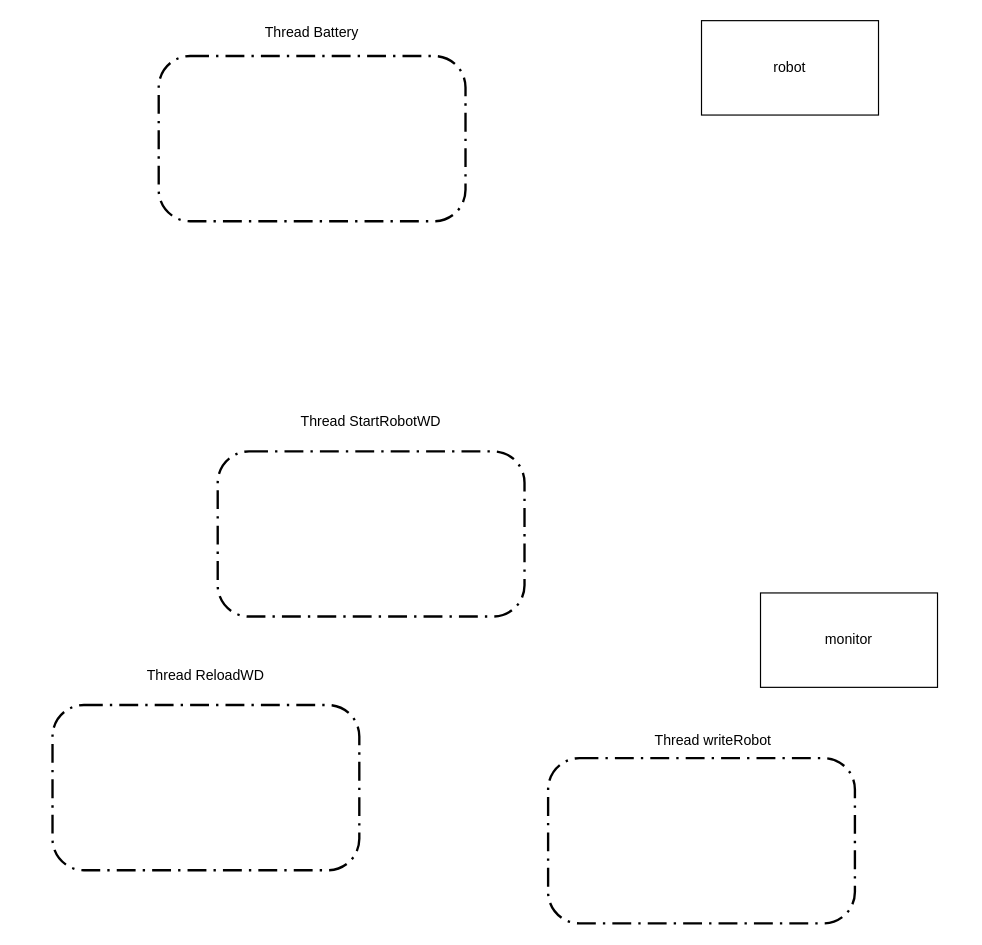
Before: Conception/robotadl.drawio in Rayanem/Temps_reel, a draw.io diagram. Source tidied: cells renumbered, new cells numbered last; positions are measured from the earlier drawing's top-left corner, leaving out a move shared by most shapes. Both pictures are drawn from the tidied source at 118%, with x=0, y=0 at pixel (52, 20).
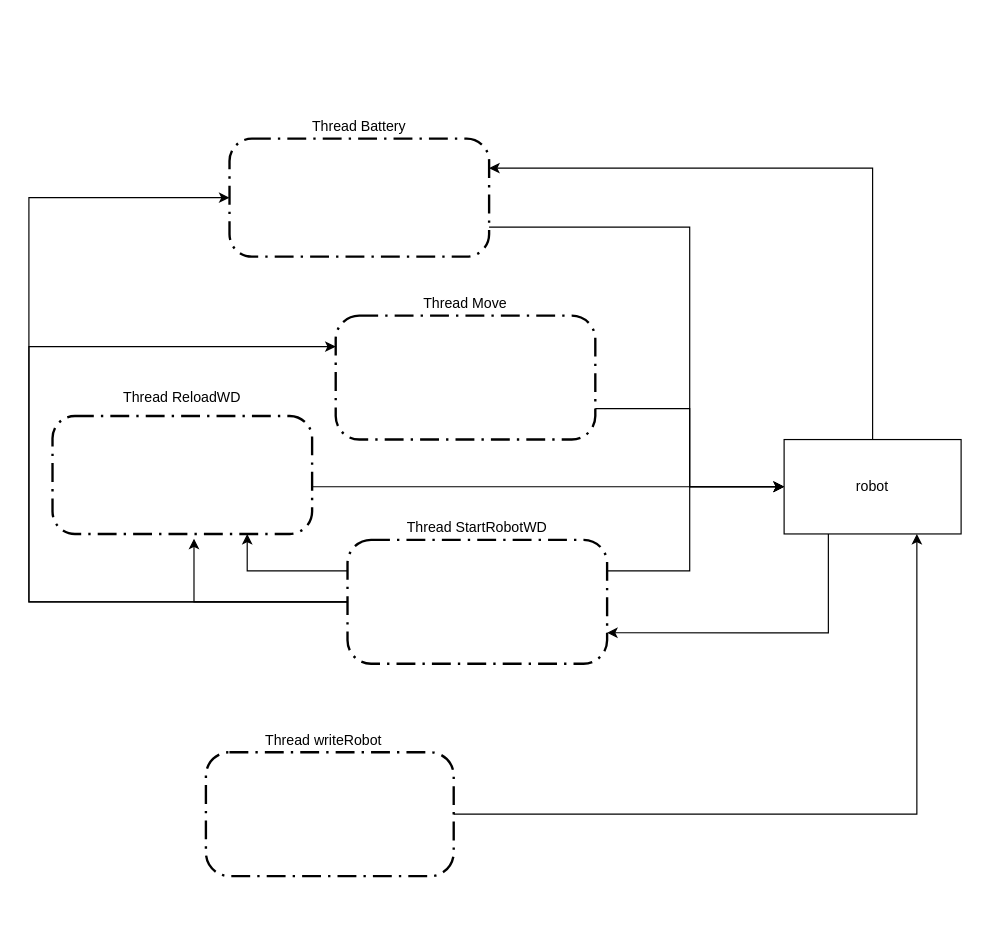
Above is the later version.

Diff of the diagram source:
```diff
@@
-    <mxCell id="2" value="monitor" style="rounded=0;whiteSpace=wrap;html=1;" parent="1" vertex="1">
-      <mxGeometry x="600" y="485" width="150" height="80" as="geometry" />
-    </mxCell>
+    <mxCell id="12" style="edgeStyle=orthogonalEdgeStyle;rounded=0;jettySize=auto;html=1;exitX=0.5;exitY=0;exitDx=0;exitDy=0;entryX=1;entryY=0.25;entryDx=0;entryDy=0;" parent="1" edge="1" source="3" target="4">
+      <mxGeometry relative="1" as="geometry" />
+    </mxCell>
+    <mxCell id="13" style="edgeStyle=orthogonalEdgeStyle;rounded=0;jettySize=auto;html=1;exitX=0.25;exitY=1;exitDx=0;exitDy=0;entryX=1;entryY=0.75;entryDx=0;entryDy=0;" parent="1" edge="1" source="3" target="6">
+      <mxGeometry relative="1" as="geometry" />
+    </mxCell>
     <mxCell id="3" value="robot" style="rounded=0;whiteSpace=wrap;html=1;" parent="1" vertex="1">
-      <mxGeometry x="550" width="150" height="80" as="geometry" />
+      <mxGeometry x="620" y="355" width="150" height="80" as="geometry" />
     </mxCell>
+    <mxCell id="14" style="edgeStyle=orthogonalEdgeStyle;rounded=0;jettySize=auto;html=1;exitX=1;exitY=0.75;exitDx=0;exitDy=0;entryX=0;entryY=0.5;entryDx=0;entryDy=0;" parent="1" edge="1" source="4" target="3">
+      <mxGeometry relative="1" as="geometry">
+        <Array as="points">
+          <mxPoint x="540" y="175" />
+          <mxPoint x="540" y="395" />
+        </Array>
+      </mxGeometry>
+    </mxCell>
     <mxCell id="4" style="rounded=1;arcSize=19;dashed=1;strokeColor=#000000;fillColor=none;gradientColor=none;dashPattern=8 3 1 3;strokeWidth=2;" parent="1" vertex="1">
-      <mxGeometry x="90" y="30" width="260" height="140" as="geometry" />
+      <mxGeometry x="150" y="100" width="220" height="100" as="geometry" />
     </mxCell>
     <mxCell id="5" value="Thread Battery" style="text;html=1;strokeColor=none;fillColor=none;align=center;verticalAlign=middle;whiteSpace=wrap;rounded=0;" parent="1" vertex="1">
-      <mxGeometry x="170" width="100" height="20" as="geometry" />
+      <mxGeometry x="210" y="80" width="100" height="20" as="geometry" />
     </mxCell>
+    <mxCell id="15" style="edgeStyle=orthogonalEdgeStyle;rounded=0;jettySize=auto;html=1;exitX=0;exitY=0.25;exitDx=0;exitDy=0;entryX=0.75;entryY=1;entryDx=0;entryDy=0;" parent="1" edge="1" source="6" target="8">
+      <mxGeometry relative="1" as="geometry" />
+    </mxCell>
+    <mxCell id="16" style="edgeStyle=orthogonalEdgeStyle;rounded=0;jettySize=auto;html=1;exitX=1;exitY=0.25;exitDx=0;exitDy=0;entryX=0;entryY=0.5;entryDx=0;entryDy=0;" parent="1" edge="1" source="6" target="3">
+      <mxGeometry relative="1" as="geometry">
+        <Array as="points">
+          <mxPoint x="540" y="466" />
+          <mxPoint x="540" y="395" />
+        </Array>
+      </mxGeometry>
+    </mxCell>
+    <mxCell id="17" style="edgeStyle=orthogonalEdgeStyle;rounded=0;jettySize=auto;html=1;exitX=0;exitY=0.5;exitDx=0;exitDy=0;entryX=0;entryY=0.25;entryDx=0;entryDy=0;" parent="1" edge="1" source="6" target="23">
+      <mxGeometry relative="1" as="geometry">
+        <Array as="points">
+          <mxPoint x="-20" y="493" />
+          <mxPoint x="-20" y="276" />
+        </Array>
+      </mxGeometry>
+    </mxCell>
+    <mxCell id="18" style="edgeStyle=orthogonalEdgeStyle;rounded=0;jettySize=auto;html=1;exitX=0;exitY=0.5;exitDx=0;exitDy=0;entryX=0;entryY=0.5;entryDx=0;entryDy=0;" parent="1" edge="1" source="6" target="4">
+      <mxGeometry relative="1" as="geometry">
+        <Array as="points">
+          <mxPoint x="-20" y="493" />
+          <mxPoint x="-20" y="150" />
+        </Array>
+      </mxGeometry>
+    </mxCell>
+    <mxCell id="19" style="edgeStyle=orthogonalEdgeStyle;rounded=0;jettySize=auto;html=1;exitX=0;exitY=0.5;exitDx=0;exitDy=0;entryX=0.545;entryY=1.04;entryDx=0;entryDy=0;entryPerimeter=0;" parent="1" edge="1" source="6" target="8">
+      <mxGeometry relative="1" as="geometry" />
+    </mxCell>
     <mxCell id="6" style="rounded=1;arcSize=19;dashed=1;strokeColor=#000000;fillColor=none;gradientColor=none;dashPattern=8 3 1 3;strokeWidth=2;" parent="1" vertex="1">
-      <mxGeometry x="140" y="365" width="260" height="140" as="geometry" />
+      <mxGeometry x="250" y="440" width="220" height="105" as="geometry" />
     </mxCell>
     <mxCell id="7" value="Thread StartRobotWD" style="text;html=1;strokeColor=none;fillColor=none;align=center;verticalAlign=middle;whiteSpace=wrap;rounded=0;" parent="1" vertex="1">
-      <mxGeometry x="205" y="330" width="130" height="20" as="geometry" />
+      <mxGeometry x="295" y="420" width="130" height="20" as="geometry" />
     </mxCell>
+    <mxCell id="20" style="edgeStyle=orthogonalEdgeStyle;rounded=0;jettySize=auto;html=1;exitX=1;exitY=0.5;exitDx=0;exitDy=0;entryX=0;entryY=0.5;entryDx=0;entryDy=0;" parent="1" edge="1" source="8" target="3">
+      <mxGeometry relative="1" as="geometry">
+        <Array as="points">
+          <mxPoint x="220" y="395" />
+        </Array>
+      </mxGeometry>
+    </mxCell>
     <mxCell id="8" style="rounded=1;arcSize=19;dashed=1;strokeColor=#000000;fillColor=none;gradientColor=none;dashPattern=8 3 1 3;strokeWidth=2;" parent="1" vertex="1">
-      <mxGeometry y="580" width="260" height="140" as="geometry" />
+      <mxGeometry y="335" width="220" height="100" as="geometry" />
     </mxCell>
     <mxCell id="9" value="Thread ReloadWD" style="text;html=1;strokeColor=none;fillColor=none;align=center;verticalAlign=middle;whiteSpace=wrap;rounded=0;" parent="1" vertex="1">
-      <mxGeometry x="65" y="545" width="130" height="20" as="geometry" />
+      <mxGeometry x="45" y="310" width="130" height="20" as="geometry" />
     </mxCell>
+    <mxCell id="21" style="edgeStyle=orthogonalEdgeStyle;rounded=0;jettySize=auto;html=1;exitX=1;exitY=0.5;exitDx=0;exitDy=0;entryX=0.75;entryY=1;entryDx=0;entryDy=0;" parent="1" edge="1" source="10" target="3">
+      <mxGeometry relative="1" as="geometry" />
+    </mxCell>
     <mxCell id="10" style="rounded=1;arcSize=19;dashed=1;strokeColor=#000000;fillColor=none;gradientColor=none;dashPattern=8 3 1 3;strokeWidth=2;" parent="1" vertex="1">
-      <mxGeometry x="420" y="625" width="260" height="140" as="geometry" />
+      <mxGeometry x="130" y="620" width="210" height="105" as="geometry" />
     </mxCell>
     <mxCell id="11" value="Thread writeRobot" style="text;html=1;strokeColor=none;fillColor=none;align=center;verticalAlign=middle;whiteSpace=wrap;rounded=0;" parent="1" vertex="1">
-      <mxGeometry x="500" y="600" width="120" height="20" as="geometry" />
+      <mxGeometry x="170" y="600" width="120" height="20" as="geometry" />
     </mxCell>
+    <mxCell id="22" style="edgeStyle=orthogonalEdgeStyle;rounded=0;jettySize=auto;html=1;exitX=1;exitY=0.75;exitDx=0;exitDy=0;entryX=0;entryY=0.5;entryDx=0;entryDy=0;" parent="1" edge="1" source="23" target="3">
+      <mxGeometry relative="1" as="geometry" />
+    </mxCell>
+    <mxCell id="23" style="rounded=1;arcSize=19;dashed=1;strokeColor=#000000;fillColor=none;gradientColor=none;dashPattern=8 3 1 3;strokeWidth=2;" parent="1" vertex="1">
+      <mxGeometry x="240" y="250" width="220" height="105" as="geometry" />
+    </mxCell>
+    <mxCell id="24" value="&lt;div&gt;Thread Move&lt;/div&gt;" style="text;html=1;strokeColor=none;fillColor=none;align=center;verticalAlign=middle;whiteSpace=wrap;rounded=0;" parent="1" vertex="1">
+      <mxGeometry x="285" y="230" width="130" height="20" as="geometry" />
+    </mxCell>
```
